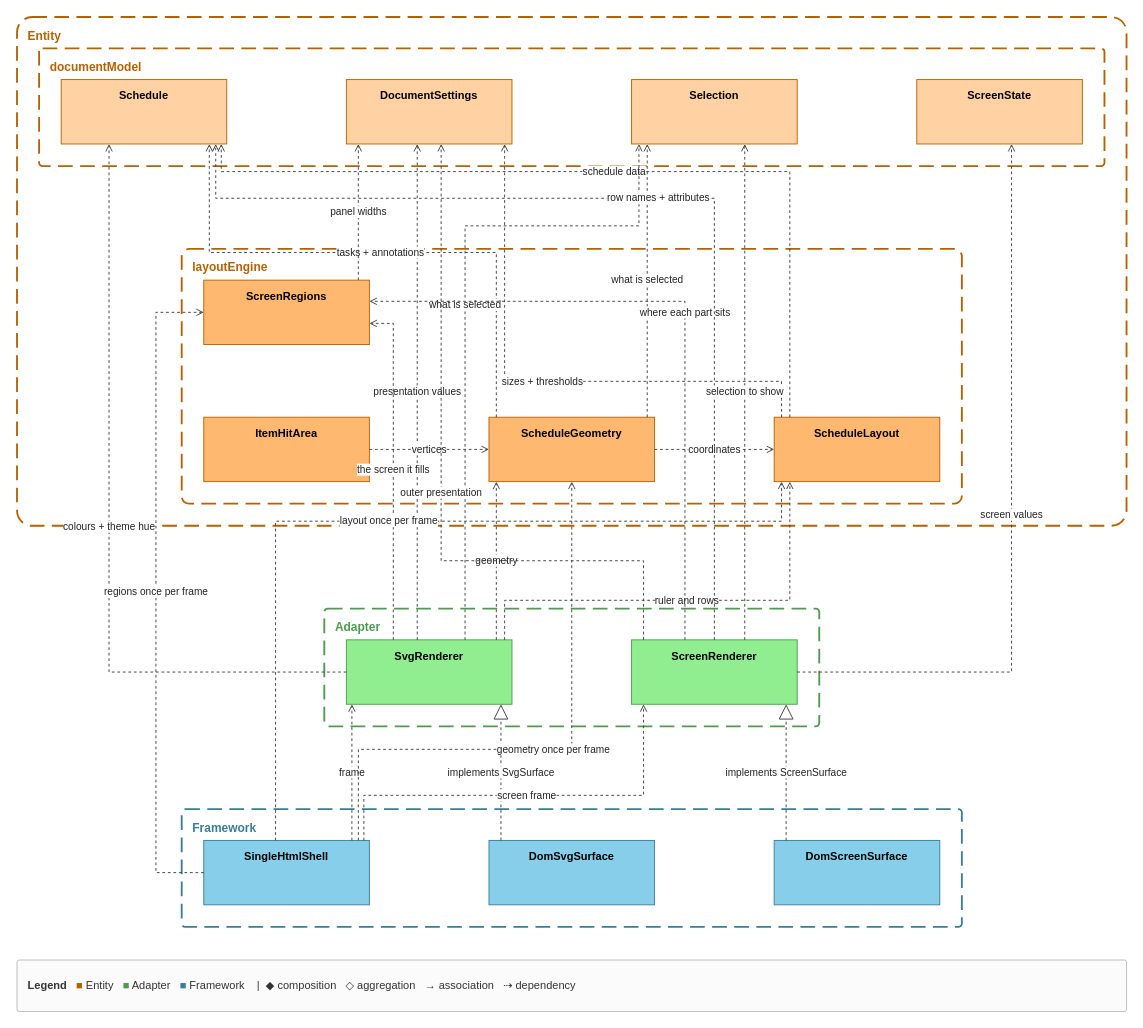
The draw.io diagram docs/spec/_source/view-read.drawio in GoodRelax/gr-scheduler, before the edit. Source tidied: cells renumbered, new cells numbered last; positions are measured from the earlier drawing's top-left corner, leaving out a move shared by most shapes. Both pictures are drawn from the tidied source at 92%, with x=0, y=0 at pixel (17, 17).
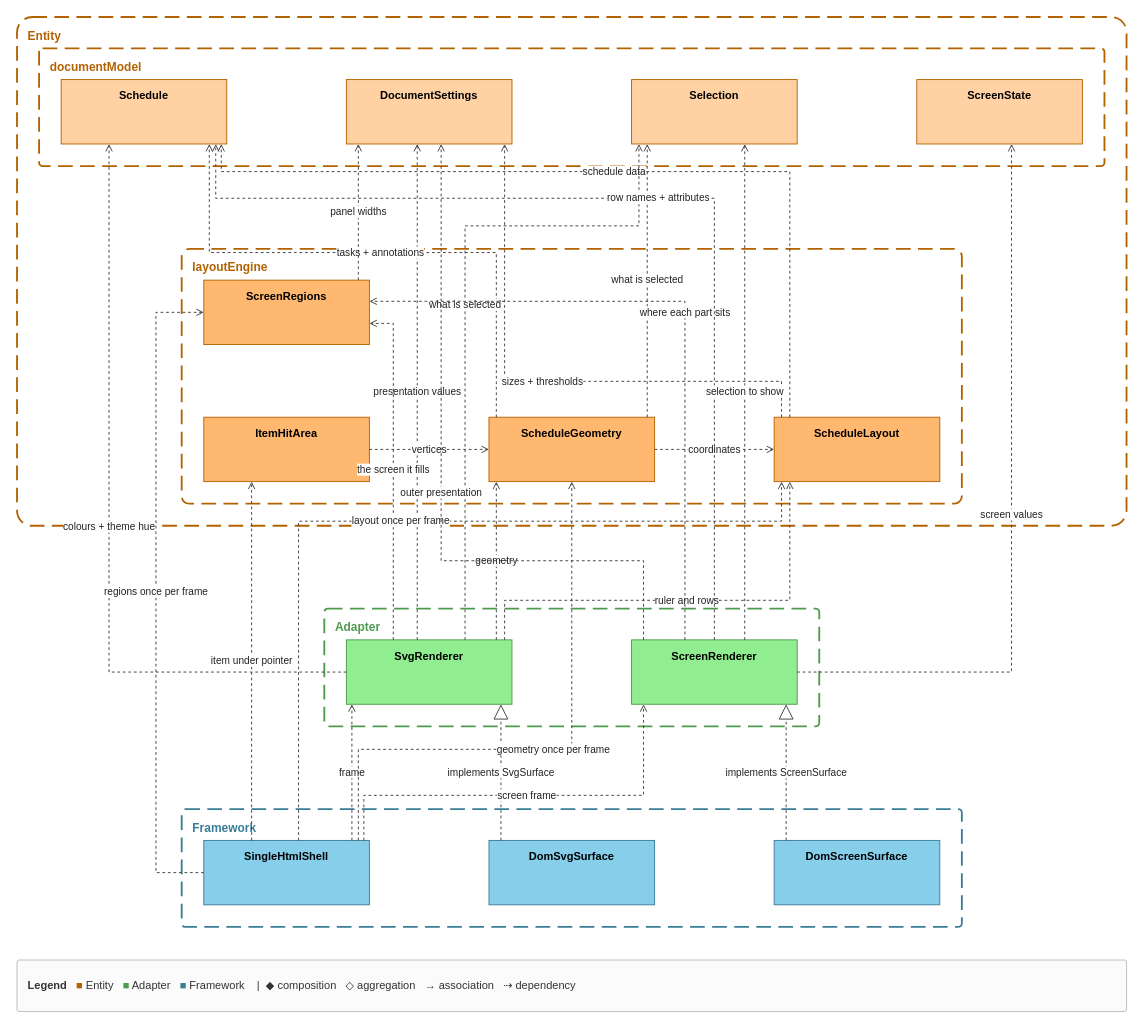
Above is the later version.

The change refers to these unchanged cells:
```xml
<mxCell id="7" value="&lt;b&gt;SingleHtmlShell&lt;/b&gt;" style="rounded=0;whiteSpace=wrap;html=1;verticalAlign=top;spacingTop=4;fillColor=#87CEEB;strokeColor=#3A7D95;" parent="1" vertex="1">
  <mxGeometry x="203" y="895" width="180" height="70" as="geometry" />
</mxCell>
<mxCell id="10" value="&lt;b&gt;Schedule&lt;/b&gt;" style="rounded=0;whiteSpace=wrap;html=1;verticalAlign=top;spacingTop=4;fillColor=#FFD1A3;strokeColor=#B36200;" parent="1" vertex="1">
  <mxGeometry x="48" y="68" width="180" height="70" as="geometry" />
</mxCell>
<mxCell id="11" value="&lt;b&gt;DocumentSettings&lt;/b&gt;" style="rounded=0;whiteSpace=wrap;html=1;verticalAlign=top;spacingTop=4;fillColor=#FFD1A3;strokeColor=#B36200;" parent="1" vertex="1">
  <mxGeometry x="358" y="68" width="180" height="70" as="geometry" />
</mxCell>
<mxCell id="12" value="&lt;b&gt;ScheduleLayout&lt;/b&gt;" style="rounded=0;whiteSpace=wrap;html=1;verticalAlign=top;spacingTop=4;fillColor=#FFB870;strokeColor=#B36200;" parent="1" vertex="1">
  <mxGeometry x="823" y="435" width="180" height="70" as="geometry" />
</mxCell>
<mxCell id="14" value="&lt;b&gt;ItemHitArea&lt;/b&gt;" style="rounded=0;whiteSpace=wrap;html=1;verticalAlign=top;spacingTop=4;fillColor=#FFB870;strokeColor=#B36200;" parent="1" vertex="1">
  <mxGeometry x="203" y="435" width="180" height="70" as="geometry" />
</mxCell>
<mxCell id="15" value="&lt;b&gt;Selection&lt;/b&gt;" style="rounded=0;whiteSpace=wrap;html=1;verticalAlign=top;spacingTop=4;fillColor=#FFD1A3;strokeColor=#B36200;" parent="1" vertex="1">
  <mxGeometry x="668" y="68" width="180" height="70" as="geometry" />
</mxCell>
<mxCell id="16" value="&lt;b&gt;ScreenRegions&lt;/b&gt;" style="rounded=0;whiteSpace=wrap;html=1;verticalAlign=top;spacingTop=4;fillColor=#FFB870;strokeColor=#B36200;" parent="1" vertex="1">
  <mxGeometry x="203" y="286" width="180" height="70" as="geometry" />
</mxCell>
<mxCell id="17" value="&lt;b&gt;ScreenState&lt;/b&gt;" style="rounded=0;whiteSpace=wrap;html=1;verticalAlign=top;spacingTop=4;fillColor=#FFD1A3;strokeColor=#B36200;" parent="1" vertex="1">
  <mxGeometry x="978" y="68" width="180" height="70" as="geometry" />
</mxCell>
<mxCell id="18" value="&lt;b&gt;ScreenRenderer&lt;/b&gt;" style="rounded=0;whiteSpace=wrap;html=1;verticalAlign=top;spacingTop=4;fillColor=#90EE90;strokeColor=#4E9A4E;" parent="1" vertex="1">
  <mxGeometry x="668" y="677" width="180" height="70" as="geometry" />
</mxCell>
<mxCell id="19" value="&lt;b&gt;DomScreenSurface&lt;/b&gt;" style="rounded=0;whiteSpace=wrap;html=1;verticalAlign=top;spacingTop=4;fillColor=#87CEEB;strokeColor=#3A7D95;" parent="1" vertex="1">
  <mxGeometry x="823" y="895" width="180" height="70" as="geometry" />
</mxCell>
```

The edit, as a diff of the source:
```diff
@@
     <mxCell id="34" value="layout once per frame" style="edgeStyle=orthogonalEdgeStyle;rounded=0;html=1;strokeColor=#3A3A3A;fontSize=11;fontColor=#222222;labelBackgroundColor=#FFFFFF;endArrow=open;dashed=1;" parent="1" edge="1" source="7" target="12">
       <mxGeometry relative="1" as="geometry">
         <Array as="points">
-          <mxPoint x="281" y="800" />
-          <mxPoint x="281" y="548" />
-          <mxPoint x="281" y="548" />
-          <mxPoint x="281" y="548" />
+          <mxPoint x="306" y="800" />
+          <mxPoint x="306" y="548" />
+          <mxPoint x="306" y="548" />
+          <mxPoint x="306" y="548" />
           <mxPoint x="831" y="548" />
           <mxPoint x="831" y="548" />
           <mxPoint x="831" y="548" />
           <mxPoint x="831" y="526" />
         </Array>
       </mxGeometry>
     </mxCell>
@@
-    <mxCell id="37" value="panel widths" style="edgeStyle=orthogonalEdgeStyle;rounded=0;html=1;strokeColor=#3A3A3A;fontSize=11;fontColor=#222222;labelBackgroundColor=#FFFFFF;endArrow=open;dashed=1;" parent="1" edge="1" source="16" target="11">
+    <mxCell id="37" value="item under pointer" style="edgeStyle=orthogonalEdgeStyle;rounded=0;html=1;strokeColor=#3A3A3A;fontSize=11;fontColor=#222222;labelBackgroundColor=#FFFFFF;endArrow=open;dashed=1;" parent="1" edge="1" source="7" target="14">
       <mxGeometry relative="1" as="geometry">
         <Array as="points">
-          <mxPoint x="371" y="245" />
-          <mxPoint x="371" y="179" />
+          <mxPoint x="255" y="809" />
+          <mxPoint x="255" y="591" />
         </Array>
       </mxGeometry>
     </mxCell>
-    <mxCell id="38" value="screen frame" style="edgeStyle=orthogonalEdgeStyle;rounded=0;html=1;strokeColor=#3A3A3A;fontSize=11;fontColor=#222222;labelBackgroundColor=#FFFFFF;endArrow=open;dashed=1;" parent="1" edge="1" source="7" target="18">
+    <mxCell id="38" value="panel widths" style="edgeStyle=orthogonalEdgeStyle;rounded=0;html=1;strokeColor=#3A3A3A;fontSize=11;fontColor=#222222;labelBackgroundColor=#FFFFFF;endArrow=open;dashed=1;" parent="1" edge="1" source="16" target="11">
       <mxGeometry relative="1" as="geometry">
         <Array as="points">
-          <mxPoint x="377" y="872" />
-          <mxPoint x="377" y="846" />
-          <mxPoint x="377" y="846" />
-          <mxPoint x="377" y="846" />
-          <mxPoint x="681" y="846" />
-          <mxPoint x="681" y="846" />
-          <mxPoint x="681" y="846" />
-          <mxPoint x="681" y="787" />
+          <mxPoint x="371" y="245" />
+          <mxPoint x="371" y="179" />
         </Array>
       </mxGeometry>
     </mxCell>
-    <mxCell id="39" value="implements ScreenSurface" style="edgeStyle=orthogonalEdgeStyle;rounded=0;html=1;strokeColor=#3A3A3A;fontSize=11;fontColor=#222222;labelBackgroundColor=#FFFFFF;endArrow=block;endFill=0;endSize=14;dashed=1;" parent="1" edge="1" source="19" target="18">
+    <mxCell id="39" value="screen frame" style="edgeStyle=orthogonalEdgeStyle;rounded=0;html=1;strokeColor=#3A3A3A;fontSize=11;fontColor=#222222;labelBackgroundColor=#FFFFFF;endArrow=open;dashed=1;" parent="1" edge="1" source="7" target="18">
       <mxGeometry relative="1" as="geometry">
         <Array as="points">
-          <mxPoint x="836" y="854" />
-          <mxPoint x="836" y="788" />
+          <mxPoint x="377" y="872" />
+          <mxPoint x="377" y="846" />
+          <mxPoint x="377" y="846" />
+          <mxPoint x="377" y="846" />
+          <mxPoint x="681" y="846" />
+          <mxPoint x="681" y="846" />
+          <mxPoint x="681" y="846" />
+          <mxPoint x="681" y="787" />
         </Array>
       </mxGeometry>
     </mxCell>
-    <mxCell id="40" value="where each part sits" style="edgeStyle=orthogonalEdgeStyle;rounded=0;html=1;strokeColor=#3A3A3A;fontSize=11;fontColor=#222222;labelBackgroundColor=#FFFFFF;endArrow=open;dashed=1;" parent="1" edge="1" source="18" target="16">
+    <mxCell id="40" value="implements ScreenSurface" style="edgeStyle=orthogonalEdgeStyle;rounded=0;html=1;strokeColor=#3A3A3A;fontSize=11;fontColor=#222222;labelBackgroundColor=#FFFFFF;endArrow=block;endFill=0;endSize=14;dashed=1;" parent="1" edge="1" source="19" target="18">
       <mxGeometry relative="1" as="geometry">
         <Array as="points">
-          <mxPoint x="726" y="578" />
-          <mxPoint x="726" y="309" />
-          <mxPoint x="726" y="309" />
-          <mxPoint x="726" y="309" />
-          <mxPoint x="510" y="309" />
+          <mxPoint x="836" y="854" />
+          <mxPoint x="836" y="788" />
         </Array>
       </mxGeometry>
     </mxCell>
-    <mxCell id="41" value="screen values" style="edgeStyle=orthogonalEdgeStyle;rounded=0;html=1;strokeColor=#3A3A3A;fontSize=11;fontColor=#222222;labelBackgroundColor=#FFFFFF;endArrow=open;dashed=1;" parent="1" edge="1" source="18" target="17">
+    <mxCell id="41" value="where each part sits" style="edgeStyle=orthogonalEdgeStyle;rounded=0;html=1;strokeColor=#3A3A3A;fontSize=11;fontColor=#222222;labelBackgroundColor=#FFFFFF;endArrow=open;dashed=1;" parent="1" edge="1" source="18" target="16">
       <mxGeometry relative="1" as="geometry">
         <Array as="points">
-          <mxPoint x="944" y="712" />
-          <mxPoint x="1081" y="712" />
-          <mxPoint x="1081" y="712" />
-          <mxPoint x="1081" y="712" />
-          <mxPoint x="1081" y="268" />
+          <mxPoint x="726" y="578" />
+          <mxPoint x="726" y="309" />
+          <mxPoint x="726" y="309" />
+          <mxPoint x="726" y="309" />
+          <mxPoint x="510" y="309" />
         </Array>
       </mxGeometry>
     </mxCell>
-    <mxCell id="42" value="row names + attributes" style="edgeStyle=orthogonalEdgeStyle;rounded=0;html=1;strokeColor=#3A3A3A;fontSize=11;fontColor=#222222;labelBackgroundColor=#FFFFFF;endArrow=open;dashed=1;" parent="1" edge="1" source="18" target="10">
+    <mxCell id="42" value="screen values" style="edgeStyle=orthogonalEdgeStyle;rounded=0;html=1;strokeColor=#3A3A3A;fontSize=11;fontColor=#222222;labelBackgroundColor=#FFFFFF;endArrow=open;dashed=1;" parent="1" edge="1" source="18" target="17">
       <mxGeometry relative="1" as="geometry">
         <Array as="points">
-          <mxPoint x="758" y="560" />
-          <mxPoint x="758" y="197" />
-          <mxPoint x="758" y="197" />
-          <mxPoint x="758" y="197" />
-          <mxPoint x="216" y="197" />
-          <mxPoint x="216" y="197" />
-          <mxPoint x="216" y="197" />
-          <mxPoint x="216" y="165" />
+          <mxPoint x="944" y="712" />
+          <mxPoint x="1081" y="712" />
+          <mxPoint x="1081" y="712" />
+          <mxPoint x="1081" y="712" />
+          <mxPoint x="1081" y="268" />
         </Array>
       </mxGeometry>
     </mxCell>
-    <mxCell id="43" value="outer presentation" style="edgeStyle=orthogonalEdgeStyle;rounded=0;html=1;strokeColor=#3A3A3A;fontSize=11;fontColor=#222222;labelBackgroundColor=#FFFFFF;endArrow=open;dashed=1;" parent="1" edge="1" source="18" target="11">
+    <mxCell id="43" value="row names + attributes" style="edgeStyle=orthogonalEdgeStyle;rounded=0;html=1;strokeColor=#3A3A3A;fontSize=11;fontColor=#222222;labelBackgroundColor=#FFFFFF;endArrow=open;dashed=1;" parent="1" edge="1" source="18" target="10">
       <mxGeometry relative="1" as="geometry">
         <Array as="points">
-          <mxPoint x="681" y="641" />
-          <mxPoint x="681" y="591" />
-          <mxPoint x="681" y="591" />
-          <mxPoint x="681" y="591" />
-          <mxPoint x="461" y="591" />
-          <mxPoint x="461" y="591" />
-          <mxPoint x="461" y="591" />
-          <mxPoint x="461" y="251" />
+          <mxPoint x="758" y="560" />
+          <mxPoint x="758" y="197" />
+          <mxPoint x="758" y="197" />
+          <mxPoint x="758" y="197" />
+          <mxPoint x="216" y="197" />
+          <mxPoint x="216" y="197" />
+          <mxPoint x="216" y="197" />
+          <mxPoint x="216" y="165" />
         </Array>
       </mxGeometry>
     </mxCell>
-    <mxCell id="44" value="selection to show" style="edgeStyle=orthogonalEdgeStyle;rounded=0;html=1;strokeColor=#3A3A3A;fontSize=11;fontColor=#222222;labelBackgroundColor=#FFFFFF;endArrow=open;dashed=1;" parent="1" edge="1" source="18" target="15">
+    <mxCell id="44" value="outer presentation" style="edgeStyle=orthogonalEdgeStyle;rounded=0;html=1;strokeColor=#3A3A3A;fontSize=11;fontColor=#222222;labelBackgroundColor=#FFFFFF;endArrow=open;dashed=1;" parent="1" edge="1" source="18" target="11">
       <mxGeometry relative="1" as="geometry">
         <Array as="points">
-          <mxPoint x="791" y="569" />
-          <mxPoint x="791" y="246" />
+          <mxPoint x="681" y="641" />
+          <mxPoint x="681" y="591" />
+          <mxPoint x="681" y="591" />
+          <mxPoint x="681" y="591" />
+          <mxPoint x="461" y="591" />
+          <mxPoint x="461" y="591" />
+          <mxPoint x="461" y="591" />
+          <mxPoint x="461" y="251" />
         </Array>
       </mxGeometry>
     </mxCell>
+    <mxCell id="46" value="selection to show" style="edgeStyle=orthogonalEdgeStyle;rounded=0;html=1;strokeColor=#3A3A3A;fontSize=11;fontColor=#222222;labelBackgroundColor=#FFFFFF;endArrow=open;dashed=1;" parent="1" edge="1" source="18" target="15">
+      <mxGeometry relative="1" as="geometry">
+        <Array as="points">
+          <mxPoint x="791" y="569" />
+          <mxPoint x="791" y="246" />
+        </Array>
+      </mxGeometry>
+    </mxCell>
```
